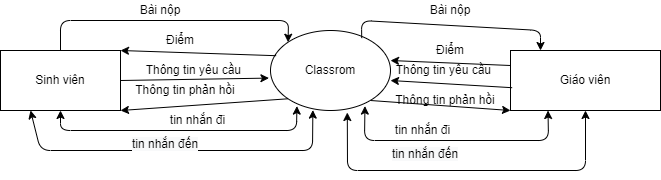
This is Baocao/dfdmucngucanh.drawio.png from PTH-IT/DATN, a draw.io export, as it was before one commit. Source tidied: cells renumbered, new cells last; positions are measured from the earlier drawing's top-left corner, leaving out a move shared by most shapes.
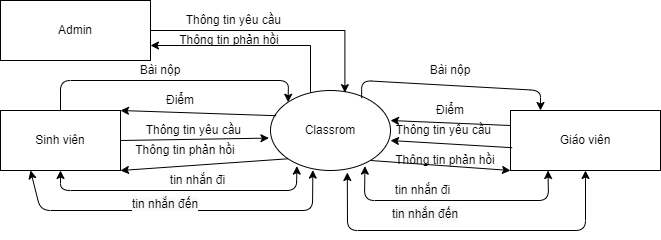
The same file after the commit.

Change to the diagram source:
```diff
@@ -2,6 +2,13 @@
   <root>
     <mxCell id="0" />
     <mxCell id="1" parent="0" />
+    <mxCell id="29" style="edgeStyle=orthogonalEdgeStyle;rounded=0;jettySize=auto;html=1;entryX=1;entryY=0.75;entryDx=0;entryDy=0;" parent="1" edge="1" source="2" target="31">
+      <mxGeometry relative="1" as="geometry">
+        <Array as="points">
+          <mxPoint x="310" y="-15" />
+        </Array>
+      </mxGeometry>
+    </mxCell>
     <mxCell id="2" value="&lt;span&gt;Classrom&lt;/span&gt;" style="ellipse;whiteSpace=wrap;html=1;" parent="1" vertex="1">
       <mxGeometry x="270" y="30" width="120" height="80" as="geometry" />
     </mxCell>
@@ -118,5 +125,17 @@
         </Array>
       </mxGeometry>
     </mxCell>
+    <mxCell id="30" style="edgeStyle=orthogonalEdgeStyle;rounded=0;jettySize=auto;html=1;entryX=0.62;entryY=0.027;entryDx=0;entryDy=0;entryPerimeter=0;" parent="1" edge="1" source="31" target="2">
+      <mxGeometry relative="1" as="geometry" />
+    </mxCell>
+    <mxCell id="31" value="Admin" style="rounded=0;whiteSpace=wrap;html=1;" parent="1" vertex="1">
+      <mxGeometry y="-60" width="150" height="60" as="geometry" />
+    </mxCell>
+    <mxCell id="32" value="Thông tin yêu cầu&amp;nbsp;" style="text;html=1;strokeColor=none;fillColor=none;align=center;verticalAlign=middle;whiteSpace=wrap;rounded=0;" parent="1" vertex="1">
+      <mxGeometry x="180" y="-50" width="110" height="20" as="geometry" />
+    </mxCell>
+    <mxCell id="33" value="Thông tin phản hồi" style="text;html=1;strokeColor=none;fillColor=none;align=center;verticalAlign=middle;whiteSpace=wrap;rounded=0;" parent="1" vertex="1">
+      <mxGeometry x="174" y="-30" width="110" height="20" as="geometry" />
+    </mxCell>
   </root>
 </mxGraphModel>
```
